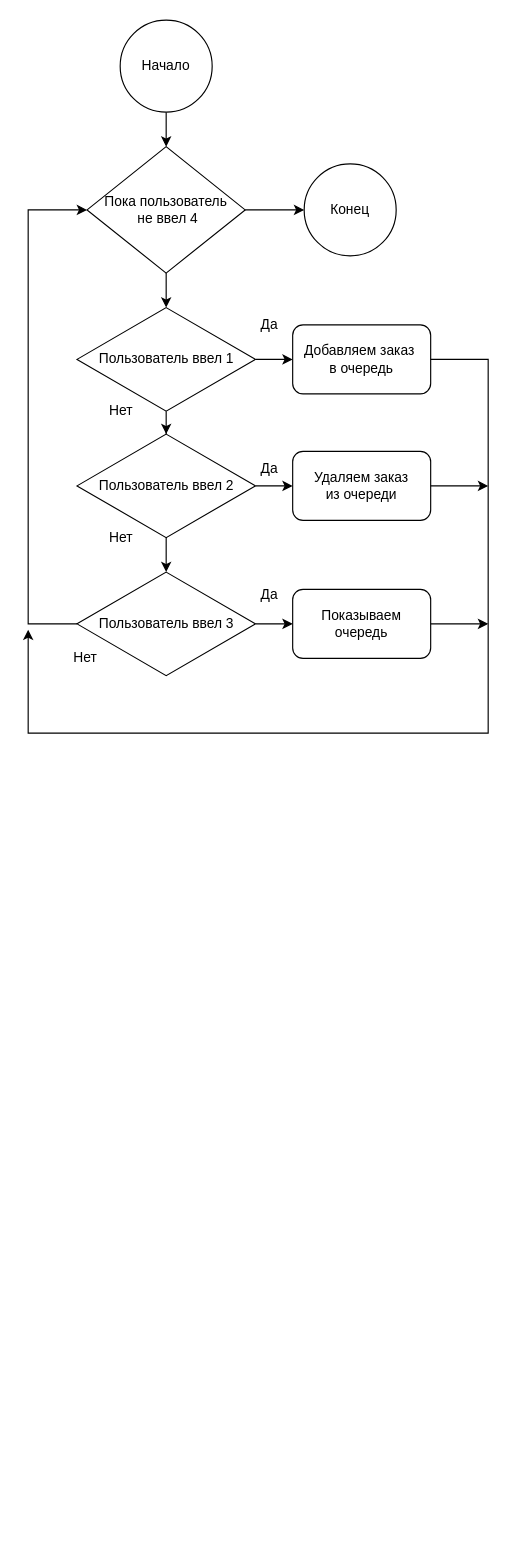
The draw.io diagram basics_of_programming_and_algorithmization/lab_5/task_1.drawio in async-master/nsm-avtf, before the edit. Source tidied: cells renumbered, new cells numbered last; positions are measured from the earlier drawing's top-left corner, leaving out a move shared by most shapes. Both pictures are drawn from the tidied source at 115%, with x=0, y=0 at pixel (28, 20).
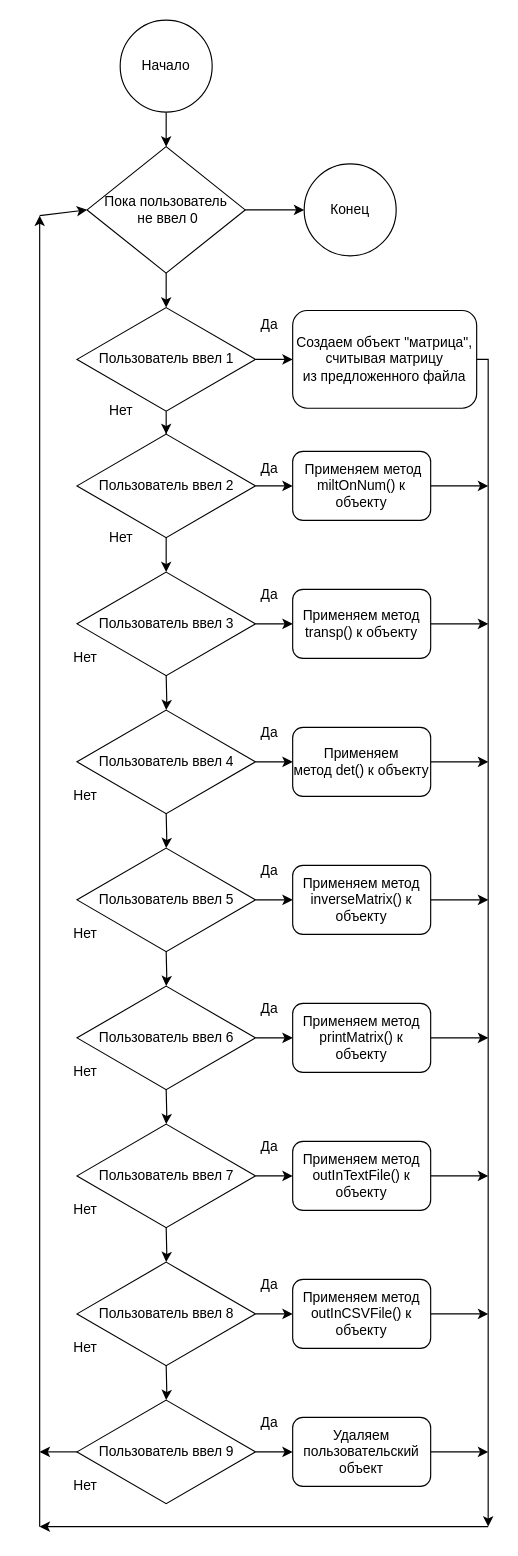
After the change.

Unchanged cells that the change refers to:
```xml
<mxCell id="11" value="Пользователь ввел 3" style="rhombus;whiteSpace=wrap;html=1;" parent="1" vertex="1">
  <mxGeometry x="42.5" y="480" width="155" height="90" as="geometry" />
</mxCell>
```

Diff of the diagram source:
```diff
@@
-    <mxCell id="14" value="Пока пользователь&lt;br&gt;&amp;nbsp;не ввел 4" style="rhombus;whiteSpace=wrap;html=1;" parent="1" vertex="1">
+    <mxCell id="14" value="Пока пользователь&lt;br&gt;&amp;nbsp;не ввел 0" style="rhombus;whiteSpace=wrap;html=1;" parent="1" vertex="1">
       <mxGeometry x="51.2" y="110" width="137.5" height="110" as="geometry" />
     </mxCell>
@@
-    <mxCell id="17" value="Добавляем заказ&amp;nbsp;&lt;br&gt;в очередь" style="rounded=1;whiteSpace=wrap;html=1;" parent="1" vertex="1">
-      <mxGeometry x="230" y="265" width="120" height="60" as="geometry" />
+    <mxCell id="17" value="&lt;div&gt;Создаем объект &quot;матрица&quot;, считывая матрицу &lt;br&gt;&lt;/div&gt;&lt;div&gt;из предложенного файла&lt;br&gt;&lt;/div&gt;" style="rounded=1;whiteSpace=wrap;html=1;" parent="1" vertex="1">
+      <mxGeometry x="230" y="252.5" width="160" height="85" as="geometry" />
     </mxCell>
-    <mxCell id="18" value="Удаляем заказ&lt;br&gt;из очереди" style="rounded=1;whiteSpace=wrap;html=1;" parent="1" vertex="1">
+    <mxCell id="18" value="&lt;div&gt;&amp;nbsp;Применяем метод&lt;div&gt;miltOnNum() к объекту&lt;br&gt;&lt;/div&gt;&lt;/div&gt;" style="rounded=1;whiteSpace=wrap;html=1;" parent="1" vertex="1">
       <mxGeometry x="230" y="375" width="120" height="60" as="geometry" />
     </mxCell>
-    <mxCell id="19" value="Показываем очередь" style="rounded=1;whiteSpace=wrap;html=1;" parent="1" vertex="1">
+    <mxCell id="19" value="&lt;div&gt;Применяем метод&lt;/div&gt;&lt;div&gt;transp() к объекту&lt;br&gt;&lt;/div&gt;" style="rounded=1;whiteSpace=wrap;html=1;" parent="1" vertex="1">
       <mxGeometry x="230" y="495" width="120" height="60" as="geometry" />
     </mxCell>
-    <mxCell id="20" style="endArrow=classic;html=1;rounded=0;exitX=0;exitY=0.5;exitDx=0;exitDy=0;entryX=0;entryY=0.5;entryDx=0;entryDy=0;" parent="1" edge="1" source="11" target="14">
-      <mxGeometry relative="1" as="geometry">
-        <Array as="points">
-          <mxPoint y="525" />
-          <mxPoint y="165" />
-        </Array>
-      </mxGeometry>
-    </mxCell>
@@
-    <mxCell id="23" style="endArrow=classic;html=1;rounded=0;exitX=1;exitY=0.5;exitDx=0;exitDy=0;" parent="1" edge="1" source="17">
-      <mxGeometry relative="1" as="geometry">
-        <mxPoint y="530" as="targetPoint" />
-        <Array as="points">
-          <mxPoint x="400" y="295" />
-          <mxPoint x="400" y="620" />
-          <mxPoint y="620" />
-        </Array>
-      </mxGeometry>
-    </mxCell>
@@
+    <mxCell id="29" style="edgeStyle=orthogonalEdgeStyle;rounded=0;jettySize=auto;html=1;" parent="1" edge="1" target="31">
+      <mxGeometry relative="1" as="geometry">
+        <mxPoint x="120" y="570" as="sourcePoint" />
+      </mxGeometry>
+    </mxCell>
+    <mxCell id="30" style="edgeStyle=orthogonalEdgeStyle;rounded=0;jettySize=auto;html=1;" parent="1" edge="1" source="31" target="32">
+      <mxGeometry relative="1" as="geometry" />
+    </mxCell>
+    <mxCell id="31" value="Пользователь ввел 4" style="rhombus;whiteSpace=wrap;html=1;" parent="1" vertex="1">
+      <mxGeometry x="42.5" y="600" width="155" height="90" as="geometry" />
+    </mxCell>
+    <mxCell id="32" value="&lt;div&gt;Применяем метод&amp;nbsp;det() к объекту&lt;br&gt;&lt;/div&gt;" style="rounded=1;whiteSpace=wrap;html=1;" parent="1" vertex="1">
+      <mxGeometry x="230" y="615" width="120" height="60" as="geometry" />
+    </mxCell>
+    <mxCell id="33" value="Нет" style="text;html=1;strokeColor=none;fillColor=none;align=center;verticalAlign=middle;whiteSpace=wrap;rounded=0;" parent="1" vertex="1">
+      <mxGeometry x="20" y="660" width="60" height="30" as="geometry" />
+    </mxCell>
+    <mxCell id="34" style="endArrow=classic;html=1;rounded=0;exitX=1;exitY=0.5;exitDx=0;exitDy=0;" parent="1" edge="1" source="32">
+      <mxGeometry relative="1" as="geometry">
+        <mxPoint x="400" y="645" as="targetPoint" />
+      </mxGeometry>
+    </mxCell>
+    <mxCell id="35" value="Да" style="text;html=1;strokeColor=none;fillColor=none;align=center;verticalAlign=middle;whiteSpace=wrap;rounded=0;" parent="1" vertex="1">
+      <mxGeometry x="180" y="605" width="60" height="30" as="geometry" />
+    </mxCell>
+    <mxCell id="36" style="edgeStyle=orthogonalEdgeStyle;rounded=0;jettySize=auto;html=1;" parent="1" edge="1" target="38">
+      <mxGeometry relative="1" as="geometry">
+        <mxPoint x="120" y="690" as="sourcePoint" />
+      </mxGeometry>
+    </mxCell>
+    <mxCell id="37" style="edgeStyle=orthogonalEdgeStyle;rounded=0;jettySize=auto;html=1;" parent="1" edge="1" source="38" target="39">
+      <mxGeometry relative="1" as="geometry" />
+    </mxCell>
+    <mxCell id="38" value="&lt;div&gt;Пользователь ввел 5&lt;/div&gt;" style="rhombus;whiteSpace=wrap;html=1;" parent="1" vertex="1">
+      <mxGeometry x="42.5" y="720" width="155" height="90" as="geometry" />
+    </mxCell>
+    <mxCell id="39" value="&lt;div&gt;Применяем метод inverseMatrix() к объекту&lt;br&gt;&lt;/div&gt;" style="rounded=1;whiteSpace=wrap;html=1;" parent="1" vertex="1">
+      <mxGeometry x="230" y="735" width="120" height="60" as="geometry" />
+    </mxCell>
+    <mxCell id="40" value="Нет" style="text;html=1;strokeColor=none;fillColor=none;align=center;verticalAlign=middle;whiteSpace=wrap;rounded=0;" parent="1" vertex="1">
+      <mxGeometry x="20" y="780" width="60" height="30" as="geometry" />
+    </mxCell>
+    <mxCell id="41" style="endArrow=classic;html=1;rounded=0;exitX=1;exitY=0.5;exitDx=0;exitDy=0;" parent="1" edge="1" source="39">
+      <mxGeometry relative="1" as="geometry">
+        <mxPoint x="400" y="765" as="targetPoint" />
+      </mxGeometry>
+    </mxCell>
+    <mxCell id="42" value="Да" style="text;html=1;strokeColor=none;fillColor=none;align=center;verticalAlign=middle;whiteSpace=wrap;rounded=0;" parent="1" vertex="1">
+      <mxGeometry x="180" y="725" width="60" height="30" as="geometry" />
+    </mxCell>
+    <mxCell id="43" style="edgeStyle=orthogonalEdgeStyle;rounded=0;jettySize=auto;html=1;" parent="1" edge="1" target="45">
+      <mxGeometry relative="1" as="geometry">
+        <mxPoint x="120" y="810" as="sourcePoint" />
+      </mxGeometry>
+    </mxCell>
+    <mxCell id="44" style="edgeStyle=orthogonalEdgeStyle;rounded=0;jettySize=auto;html=1;" parent="1" edge="1" source="45" target="46">
+      <mxGeometry relative="1" as="geometry" />
+    </mxCell>
+    <mxCell id="45" value="&lt;div&gt;Пользователь ввел 6&lt;/div&gt;" style="rhombus;whiteSpace=wrap;html=1;" parent="1" vertex="1">
+      <mxGeometry x="42.5" y="840" width="155" height="90" as="geometry" />
+    </mxCell>
+    <mxCell id="46" value="&lt;div&gt;Применяем метод printMatrix() к объекту&lt;br&gt;&lt;/div&gt;" style="rounded=1;whiteSpace=wrap;html=1;" parent="1" vertex="1">
+      <mxGeometry x="230" y="855" width="120" height="60" as="geometry" />
+    </mxCell>
+    <mxCell id="47" value="Нет" style="text;html=1;strokeColor=none;fillColor=none;align=center;verticalAlign=middle;whiteSpace=wrap;rounded=0;" parent="1" vertex="1">
+      <mxGeometry x="20" y="900" width="60" height="30" as="geometry" />
+    </mxCell>
+    <mxCell id="48" style="endArrow=classic;html=1;rounded=0;exitX=1;exitY=0.5;exitDx=0;exitDy=0;" parent="1" edge="1" source="46">
+      <mxGeometry relative="1" as="geometry">
+        <mxPoint x="400" y="885" as="targetPoint" />
+      </mxGeometry>
+    </mxCell>
+    <mxCell id="49" value="Да" style="text;html=1;strokeColor=none;fillColor=none;align=center;verticalAlign=middle;whiteSpace=wrap;rounded=0;" parent="1" vertex="1">
+      <mxGeometry x="180" y="845" width="60" height="30" as="geometry" />
+    </mxCell>
+    <mxCell id="50" style="edgeStyle=orthogonalEdgeStyle;rounded=0;jettySize=auto;html=1;" parent="1" edge="1" target="52">
+      <mxGeometry relative="1" as="geometry">
+        <mxPoint x="120" y="930" as="sourcePoint" />
+      </mxGeometry>
+    </mxCell>
+    <mxCell id="51" style="edgeStyle=orthogonalEdgeStyle;rounded=0;jettySize=auto;html=1;" parent="1" edge="1" source="52" target="53">
+      <mxGeometry relative="1" as="geometry" />
+    </mxCell>
+    <mxCell id="52" value="&lt;div&gt;Пользователь ввел 7&lt;/div&gt;" style="rhombus;whiteSpace=wrap;html=1;" parent="1" vertex="1">
+      <mxGeometry x="42.5" y="960" width="155" height="90" as="geometry" />
+    </mxCell>
+    <mxCell id="53" value="&lt;div&gt;Применяем метод outInTextFile() к объекту&lt;br&gt;&lt;/div&gt;" style="rounded=1;whiteSpace=wrap;html=1;" parent="1" vertex="1">
+      <mxGeometry x="230" y="975" width="120" height="60" as="geometry" />
+    </mxCell>
+    <mxCell id="54" value="Нет" style="text;html=1;strokeColor=none;fillColor=none;align=center;verticalAlign=middle;whiteSpace=wrap;rounded=0;" parent="1" vertex="1">
+      <mxGeometry x="20" y="1020" width="60" height="30" as="geometry" />
+    </mxCell>
+    <mxCell id="55" style="endArrow=classic;html=1;rounded=0;exitX=1;exitY=0.5;exitDx=0;exitDy=0;" parent="1" edge="1" source="53">
+      <mxGeometry relative="1" as="geometry">
+        <mxPoint x="400" y="1005" as="targetPoint" />
+      </mxGeometry>
+    </mxCell>
+    <mxCell id="56" value="Да" style="text;html=1;strokeColor=none;fillColor=none;align=center;verticalAlign=middle;whiteSpace=wrap;rounded=0;" parent="1" vertex="1">
+      <mxGeometry x="180" y="965" width="60" height="30" as="geometry" />
+    </mxCell>
+    <mxCell id="57" style="edgeStyle=orthogonalEdgeStyle;rounded=0;jettySize=auto;html=1;" parent="1" edge="1" target="59">
+      <mxGeometry relative="1" as="geometry">
+        <mxPoint x="120" y="1050" as="sourcePoint" />
+      </mxGeometry>
+    </mxCell>
+    <mxCell id="58" style="edgeStyle=orthogonalEdgeStyle;rounded=0;jettySize=auto;html=1;" parent="1" edge="1" source="59" target="60">
+      <mxGeometry relative="1" as="geometry" />
+    </mxCell>
+    <mxCell id="59" value="Пользователь ввел 8" style="rhombus;whiteSpace=wrap;html=1;" parent="1" vertex="1">
+      <mxGeometry x="42.5" y="1080" width="155" height="90" as="geometry" />
+    </mxCell>
+    <mxCell id="60" value="&lt;div&gt;Применяем метод outInCSVFile() к объекту&lt;br&gt;&lt;/div&gt;" style="rounded=1;whiteSpace=wrap;html=1;" parent="1" vertex="1">
+      <mxGeometry x="230" y="1095" width="120" height="60" as="geometry" />
+    </mxCell>
+    <mxCell id="61" value="Нет" style="text;html=1;strokeColor=none;fillColor=none;align=center;verticalAlign=middle;whiteSpace=wrap;rounded=0;" parent="1" vertex="1">
+      <mxGeometry x="20" y="1140" width="60" height="30" as="geometry" />
+    </mxCell>
+    <mxCell id="62" style="endArrow=classic;html=1;rounded=0;exitX=1;exitY=0.5;exitDx=0;exitDy=0;" parent="1" edge="1" source="60">
+      <mxGeometry relative="1" as="geometry">
+        <mxPoint x="400" y="1125" as="targetPoint" />
+      </mxGeometry>
+    </mxCell>
+    <mxCell id="63" value="Да" style="text;html=1;strokeColor=none;fillColor=none;align=center;verticalAlign=middle;whiteSpace=wrap;rounded=0;" parent="1" vertex="1">
+      <mxGeometry x="180" y="1085" width="60" height="30" as="geometry" />
+    </mxCell>
+    <mxCell id="64" style="edgeStyle=orthogonalEdgeStyle;rounded=0;jettySize=auto;html=1;" parent="1" edge="1" target="66">
+      <mxGeometry relative="1" as="geometry">
+        <mxPoint x="120" y="1170" as="sourcePoint" />
+      </mxGeometry>
+    </mxCell>
+    <mxCell id="65" style="edgeStyle=orthogonalEdgeStyle;rounded=0;jettySize=auto;html=1;" parent="1" edge="1" source="66" target="67">
+      <mxGeometry relative="1" as="geometry" />
+    </mxCell>
+    <mxCell id="66" value="Пользователь ввел 9" style="rhombus;whiteSpace=wrap;html=1;" parent="1" vertex="1">
+      <mxGeometry x="42.5" y="1200" width="155" height="90" as="geometry" />
+    </mxCell>
+    <mxCell id="67" value="&lt;div&gt;Удаляем пользовательский объект&lt;br&gt;&lt;/div&gt;" style="rounded=1;whiteSpace=wrap;html=1;" parent="1" vertex="1">
+      <mxGeometry x="230" y="1215" width="120" height="60" as="geometry" />
+    </mxCell>
+    <mxCell id="68" value="Нет" style="text;html=1;strokeColor=none;fillColor=none;align=center;verticalAlign=middle;whiteSpace=wrap;rounded=0;" parent="1" vertex="1">
+      <mxGeometry x="20" y="1260" width="60" height="30" as="geometry" />
+    </mxCell>
+    <mxCell id="69" style="endArrow=classic;html=1;rounded=0;exitX=1;exitY=0.5;exitDx=0;exitDy=0;" parent="1" edge="1" source="67">
+      <mxGeometry relative="1" as="geometry">
+        <mxPoint x="400" y="1245" as="targetPoint" />
+      </mxGeometry>
+    </mxCell>
+    <mxCell id="70" value="Да" style="text;html=1;strokeColor=none;fillColor=none;align=center;verticalAlign=middle;whiteSpace=wrap;rounded=0;" parent="1" vertex="1">
+      <mxGeometry x="180" y="1205" width="60" height="30" as="geometry" />
+    </mxCell>
+    <mxCell id="71" style="endArrow=classic;html=1;rounded=0;exitX=1;exitY=0.5;exitDx=0;exitDy=0;" parent="1" edge="1" source="17">
+      <mxGeometry relative="1" as="geometry">
+        <mxPoint x="400" y="1310" as="targetPoint" />
+        <Array as="points">
+          <mxPoint x="400" y="295" />
+        </Array>
+      </mxGeometry>
+    </mxCell>
+    <mxCell id="72" style="endArrow=classic;html=1;rounded=0;" parent="1" edge="1">
+      <mxGeometry relative="1" as="geometry">
+        <mxPoint x="400" y="1310" as="sourcePoint" />
+        <mxPoint x="10" y="1310" as="targetPoint" />
+      </mxGeometry>
+    </mxCell>
+    <mxCell id="73" style="endArrow=classic;html=1;rounded=0;" parent="1" edge="1">
+      <mxGeometry relative="1" as="geometry">
+        <mxPoint x="10" y="1310" as="sourcePoint" />
+        <mxPoint x="10" y="170" as="targetPoint" />
+      </mxGeometry>
+    </mxCell>
+    <mxCell id="74" style="endArrow=classic;html=1;rounded=0;exitX=0;exitY=0.5;exitDx=0;exitDy=0;" parent="1" edge="1" source="66">
+      <mxGeometry relative="1" as="geometry">
+        <mxPoint x="10" y="1245" as="targetPoint" />
+      </mxGeometry>
+    </mxCell>
+    <mxCell id="75" style="endArrow=classic;html=1;rounded=0;entryX=0;entryY=0.5;entryDx=0;entryDy=0;" parent="1" edge="1" target="14">
+      <mxGeometry relative="1" as="geometry">
+        <mxPoint x="10" y="170" as="sourcePoint" />
+      </mxGeometry>
+    </mxCell>
```
